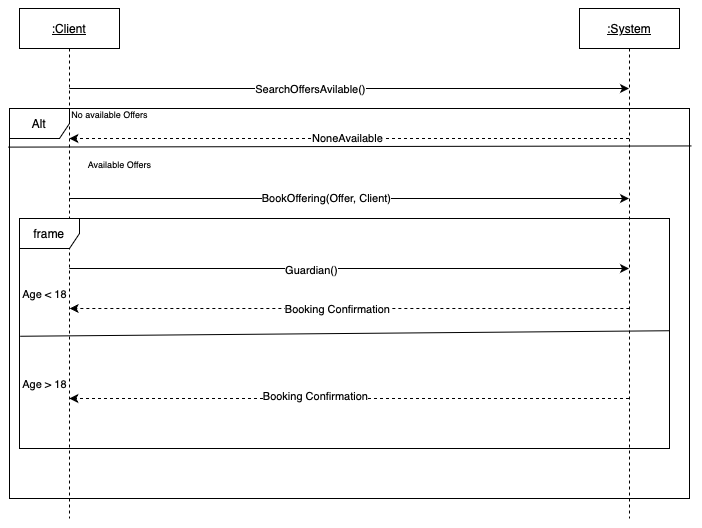
Earlier version of the draw.io export Diagrams/SystemSequenceDiagram_Process_Offerings.drawio.png (JeremyCrete/Soen342-JeremyCrete-DominicEmond). Source tidied: cells renumbered, new cells last; positions are measured from the earlier drawing's top-left corner, leaving out a move shared by most shapes.
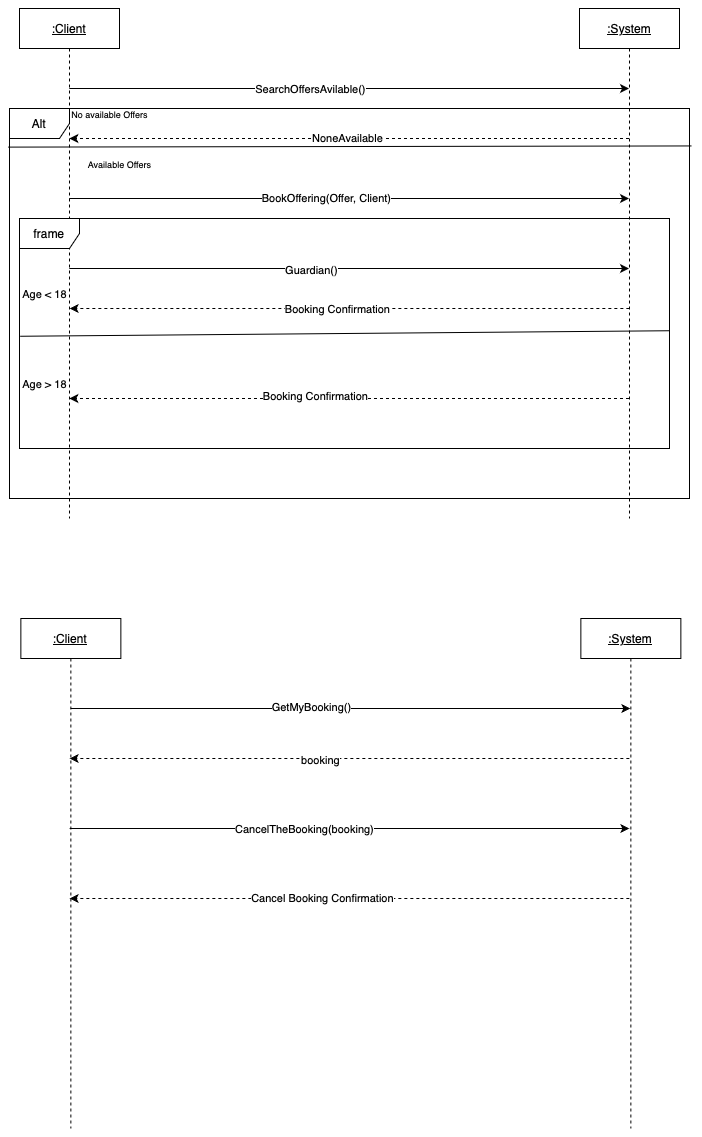
After the change.

Change to the diagram source:
```diff
@@ -97,5 +97,48 @@
     <mxCell id="23" value="&lt;font style=&quot;font-size: 9px;&quot;&gt;Available Offers&lt;/font&gt;" style="text;html=1;align=center;verticalAlign=middle;strokeColor=none;fillColor=none;" parent="1" vertex="1">
       <mxGeometry x="65" y="140" width="90" height="30" as="geometry" />
     </mxCell>
+    <mxCell id="24" value="&lt;u&gt;:Client&lt;/u&gt;" style="shape=umlLifeline;perimeter=lifelinePerimeter;whiteSpace=wrap;html=1;outlineConnect=0;portConstraint=eastwest;newEdgeStyle={&quot;curved&quot;:0,&quot;rounded&quot;:0};" parent="1" vertex="1">
+      <mxGeometry x="11.4" y="610" width="100" height="510" as="geometry" />
+    </mxCell>
+    <mxCell id="25" value="&lt;u&gt;:System&lt;/u&gt;" style="shape=umlLifeline;perimeter=lifelinePerimeter;whiteSpace=wrap;html=1;outlineConnect=0;portConstraint=eastwest;newEdgeStyle={&quot;curved&quot;:0,&quot;rounded&quot;:0};" parent="1" vertex="1">
+      <mxGeometry x="571.4" y="610" width="100" height="510" as="geometry" />
+    </mxCell>
+    <mxCell id="26" style="endArrow=classic;html=1;rounded=0;" parent="1" edge="1" source="24" target="25">
+      <mxGeometry relative="1" as="geometry">
+        <Array as="points">
+          <mxPoint x="390" y="700" />
+        </Array>
+      </mxGeometry>
+    </mxCell>
+    <mxCell id="27" value="GetMyBooking()" style="edgeLabel;html=1;align=center;verticalAlign=middle;" parent="26" vertex="1">
+      <mxGeometry x="-0.14" y="1" relative="1" as="geometry" />
+    </mxCell>
+    <mxCell id="28" style="html=1;labelBackgroundColor=#ffffff;startArrow=none;startFill=0;startSize=6;endArrow=classic;endFill=1;endSize=6;jettySize=auto;orthogonalLoop=1;strokeWidth=1;dashed=1;fontSize=14;rounded=0;" parent="1" edge="1">
+      <mxGeometry relative="1" as="geometry">
+        <mxPoint x="619.8" y="750" as="sourcePoint" />
+        <mxPoint x="60.2" y="750" as="targetPoint" />
+      </mxGeometry>
+    </mxCell>
+    <mxCell id="29" value="booking" style="edgeLabel;html=1;align=center;verticalAlign=middle;" parent="28" vertex="1">
+      <mxGeometry x="0.1" y="2" relative="1" as="geometry" />
+    </mxCell>
+    <mxCell id="30" style="endArrow=classic;html=1;rounded=0;" parent="1" edge="1">
+      <mxGeometry relative="1" as="geometry">
+        <mxPoint x="60.2" y="820" as="sourcePoint" />
+        <mxPoint x="619.8" y="820" as="targetPoint" />
+      </mxGeometry>
+    </mxCell>
+    <mxCell id="31" value="CancelTheBooking(booking)" style="edgeLabel;html=1;align=center;verticalAlign=middle;" parent="30" vertex="1">
+      <mxGeometry x="-0.16" y="-1" relative="1" as="geometry" />
+    </mxCell>
+    <mxCell id="32" style="html=1;labelBackgroundColor=#ffffff;startArrow=none;startFill=0;startSize=6;endArrow=classic;endFill=1;endSize=6;jettySize=auto;orthogonalLoop=1;strokeWidth=1;dashed=1;fontSize=14;rounded=0;" parent="1" edge="1">
+      <mxGeometry relative="1" as="geometry">
+        <mxPoint x="619.8" y="890" as="sourcePoint" />
+        <mxPoint x="60.2" y="890" as="targetPoint" />
+      </mxGeometry>
+    </mxCell>
+    <mxCell id="33" value="Cancel Booking Confirmation" style="edgeLabel;html=1;align=center;verticalAlign=middle;" parent="32" vertex="1">
+      <mxGeometry x="0.1" relative="1" as="geometry" />
+    </mxCell>
   </root>
 </mxGraphModel>
```
